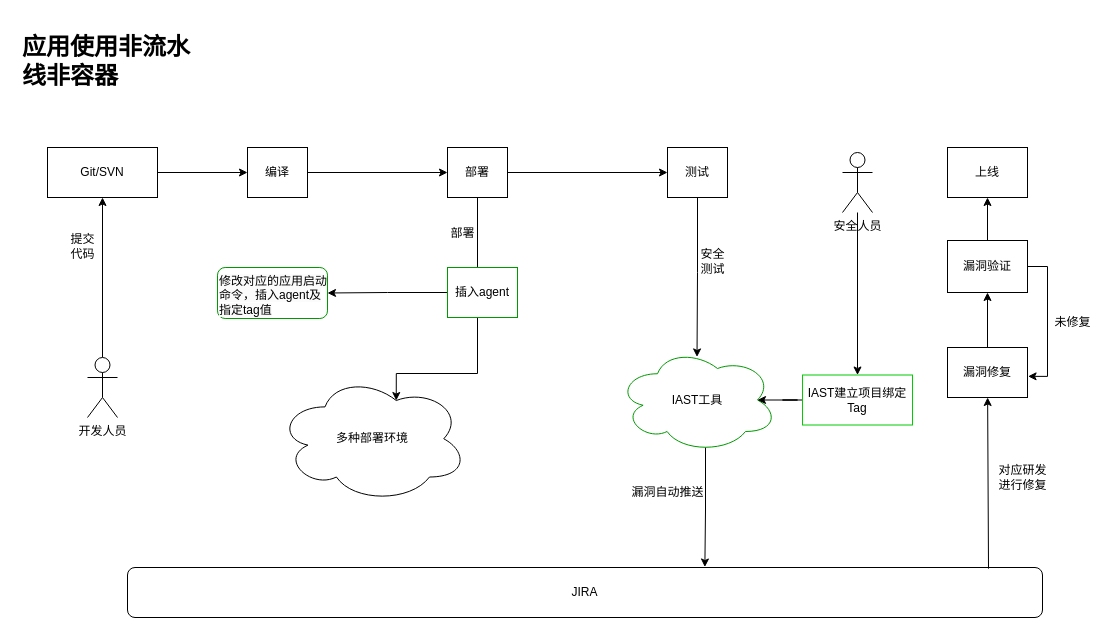
Before: 非流水线+非容器.drawio in coutcin-xw/FlowChart, a draw.io diagram. Source tidied: cells renumbered, new cells numbered last; positions are measured from the earlier drawing's top-left corner, leaving out a move shared by most shapes. Both pictures are drawn from the tidied source at 100%, with x=0, y=0 at pixel (17, 27).
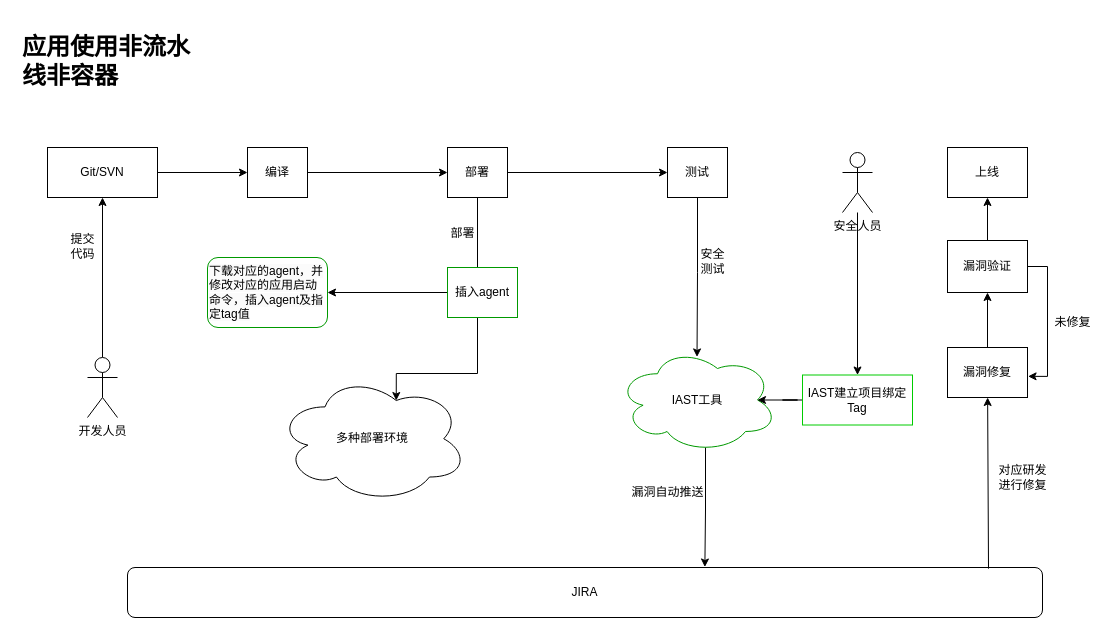
The same page after the edit.

Commit message (it also covers changes not shown here):
更新非流水线+非容器.drawio

Change to the diagram source:
```diff
@@
-    <mxCell id="30" value="&lt;span style=&quot;color: rgb(0, 0, 0); font-family: Helvetica; font-size: 12px; font-style: normal; font-variant-ligatures: normal; font-variant-caps: normal; font-weight: 400; letter-spacing: normal; orphans: 2; text-align: center; text-indent: 0px; text-transform: none; widows: 2; word-spacing: 0px; -webkit-text-stroke-width: 0px; background-color: rgb(251, 251, 251); text-decoration-thickness: initial; text-decoration-style: initial; text-decoration-color: initial; float: none; display: inline !important;&quot;&gt;修改对应的应用启动命令，插入agent及指定tag值&lt;/span&gt;" style="text;whiteSpace=wrap;html=1;strokeColor=#009900;glass=0;rounded=1;shadow=0;" parent="1" vertex="1">
-      <mxGeometry x="200" y="240" width="110" height="51" as="geometry" />
+    <mxCell id="30" value="&lt;span style=&quot;color: rgb(0, 0, 0); font-family: Helvetica; font-size: 12px; font-style: normal; font-variant-ligatures: normal; font-variant-caps: normal; font-weight: 400; letter-spacing: normal; orphans: 2; text-align: center; text-indent: 0px; text-transform: none; widows: 2; word-spacing: 0px; -webkit-text-stroke-width: 0px; background-color: rgb(251, 251, 251); text-decoration-thickness: initial; text-decoration-style: initial; text-decoration-color: initial; float: none; display: inline !important;&quot;&gt;下载对应的agent，并修改对应的应用启动命令，插入agent及指定tag值&lt;/span&gt;" style="text;whiteSpace=wrap;html=1;strokeColor=#009900;glass=0;rounded=1;shadow=0;" parent="1" vertex="1">
+      <mxGeometry x="190" y="230" width="120" height="70" as="geometry" />
     </mxCell>
```
